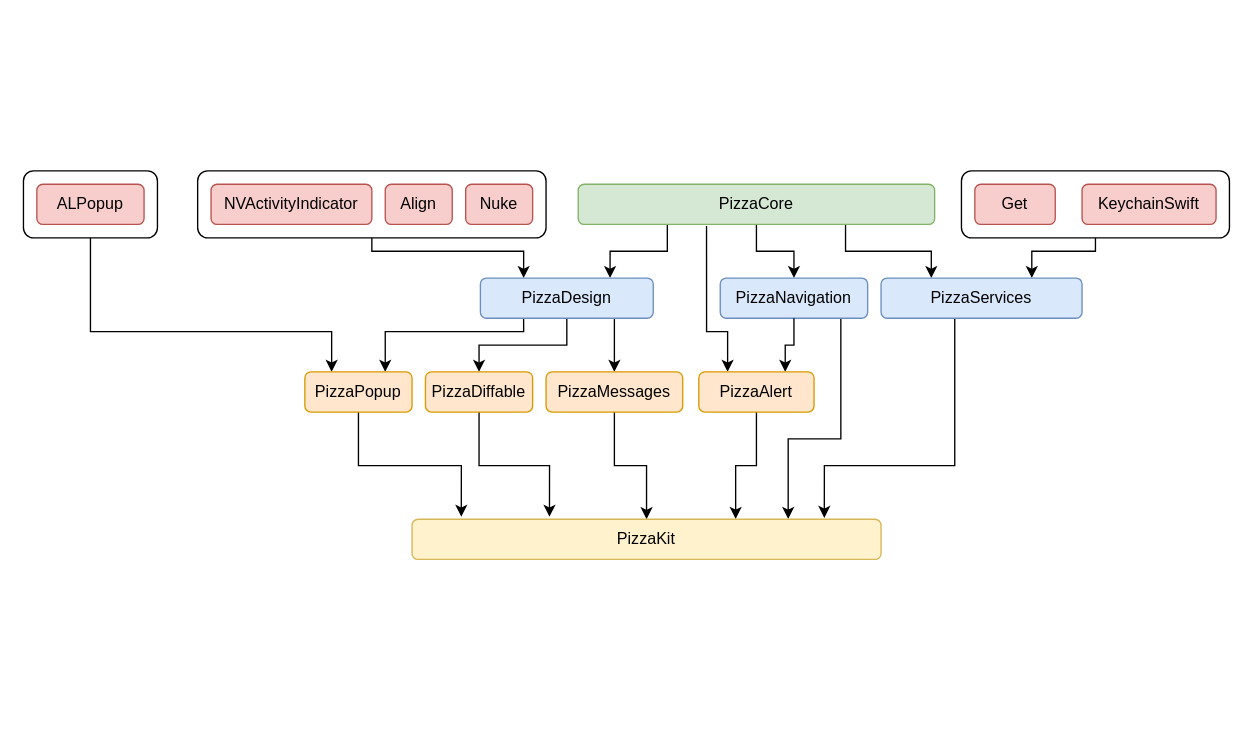
The draw.io diagram Resources/diagram.drawio in PizzaKit/pizzakit, before the edit. Source tidied: cells renumbered, new cells numbered last; positions are measured from the earlier drawing's top-left corner, leaving out a move shared by most shapes. Both pictures are drawn from the tidied source at 134%, with x=0, y=0 at pixel (23, 170).
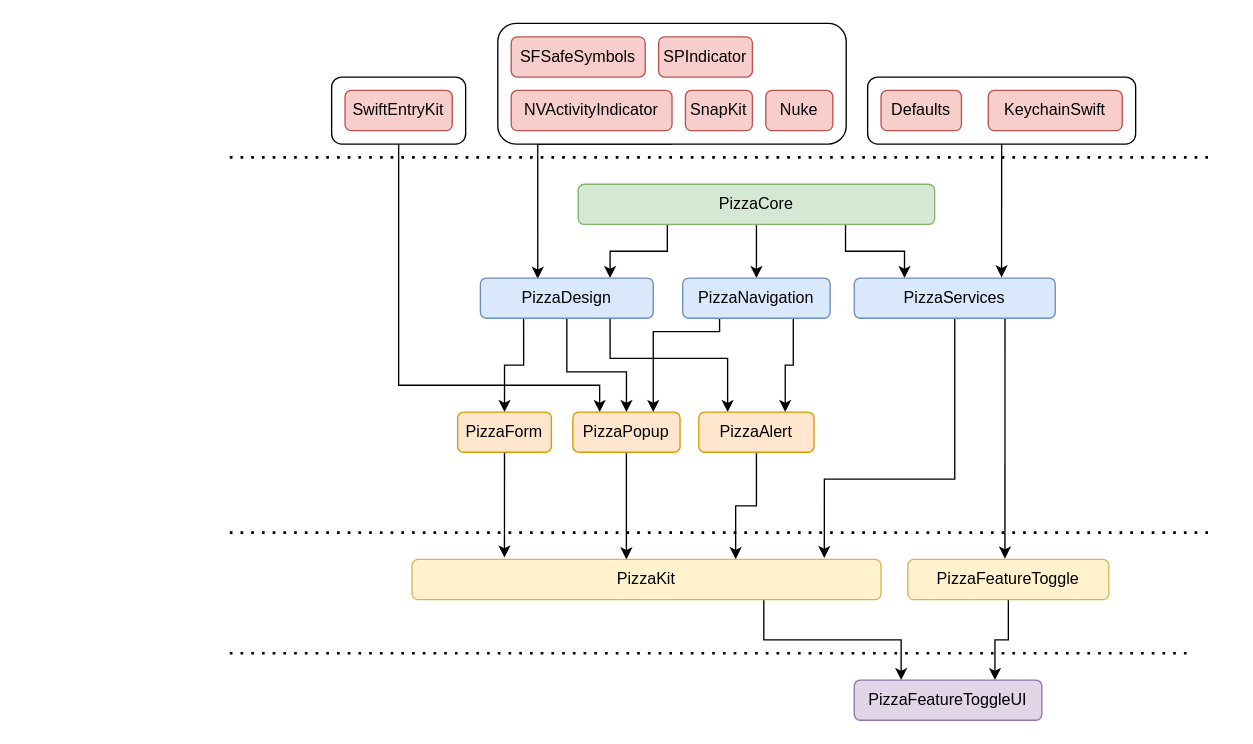
After the change.

The change refers to these unchanged cells:
```xml
<mxCell id="11" value="PizzaCore" style="rounded=1;whiteSpace=wrap;html=1;fillColor=#d5e8d4;strokeColor=#82b366;" parent="1" vertex="1">
  <mxGeometry x="414" y="10" width="266" height="30" as="geometry" />
</mxCell>
<mxCell id="15" value="PizzaDesign" style="rounded=1;whiteSpace=wrap;html=1;fillColor=#dae8fc;strokeColor=#6c8ebf;" parent="1" vertex="1">
  <mxGeometry x="341" y="80" width="129" height="30" as="geometry" />
</mxCell>
```

The edit, as a diff of the source:
```diff
@@
     <mxCell id="2" style="edgeStyle=orthogonalEdgeStyle;rounded=0;jettySize=auto;html=1;entryX=0.25;entryY=0;entryDx=0;entryDy=0;" parent="1" edge="1" source="3" target="32">
       <mxGeometry relative="1" as="geometry">
         <Array as="points">
-          <mxPoint x="50" y="120" />
-          <mxPoint x="230" y="120" />
+          <mxPoint x="280" y="160" />
+          <mxPoint x="430" y="160" />
         </Array>
       </mxGeometry>
     </mxCell>
     <mxCell id="3" style="rounded=1;whiteSpace=wrap;html=1;" parent="1" vertex="1">
-      <mxGeometry width="100" height="50" as="geometry" />
+      <mxGeometry x="230" y="-70" width="100" height="50" as="geometry" />
     </mxCell>
-    <mxCell id="4" style="edgeStyle=orthogonalEdgeStyle;rounded=0;jettySize=auto;html=1;exitX=0.5;exitY=1;exitDx=0;exitDy=0;entryX=0.75;entryY=0;entryDx=0;entryDy=0;" parent="1" edge="1" source="5" target="22">
-      <mxGeometry relative="1" as="geometry">
-        <Array as="points">
-          <mxPoint x="800" y="60" />
-          <mxPoint x="753" y="60" />
-          <mxPoint x="753" y="80" />
-        </Array>
-      </mxGeometry>
+    <mxCell id="4" style="edgeStyle=orthogonalEdgeStyle;rounded=0;jettySize=auto;html=1;exitX=0.5;exitY=1;exitDx=0;exitDy=0;entryX=0.733;entryY=-0.014;entryDx=0;entryDy=0;entryPerimeter=0;" parent="1" edge="1" source="5" target="22">
+      <mxGeometry relative="1" as="geometry" />
     </mxCell>
     <mxCell id="5" style="rounded=1;whiteSpace=wrap;html=1;" parent="1" vertex="1">
-      <mxGeometry x="700" width="200" height="50" as="geometry" />
+      <mxGeometry x="630" y="-70" width="200" height="50" as="geometry" />
     </mxCell>
-    <mxCell id="6" style="edgeStyle=orthogonalEdgeStyle;rounded=0;jettySize=auto;html=1;entryX=0.25;entryY=0;entryDx=0;entryDy=0;" parent="1" edge="1" source="7" target="15">
+    <mxCell id="6" style="edgeStyle=orthogonalEdgeStyle;rounded=0;jettySize=auto;html=1;exitX=0.5;exitY=1;exitDx=0;exitDy=0;entryX=0.332;entryY=0.02;entryDx=0;entryDy=0;entryPerimeter=0;" parent="1" edge="1" source="7" target="15">
       <mxGeometry relative="1" as="geometry">
         <Array as="points">
-          <mxPoint x="260" y="60" />
-          <mxPoint x="373" y="60" />
+          <mxPoint x="384" y="-20" />
         </Array>
       </mxGeometry>
     </mxCell>
     <mxCell id="7" style="rounded=1;whiteSpace=wrap;html=1;" parent="1" vertex="1">
-      <mxGeometry x="130" width="260" height="50" as="geometry" />
+      <mxGeometry x="354" y="-110" width="260" height="90" as="geometry" />
     </mxCell>
@@
-    <mxCell id="12" style="edgeStyle=orthogonalEdgeStyle;rounded=0;jettySize=auto;html=1;exitX=0.75;exitY=1;exitDx=0;exitDy=0;entryX=0.5;entryY=0;entryDx=0;entryDy=0;" parent="1" edge="1" source="15" target="30">
-      <mxGeometry relative="1" as="geometry">
-        <Array as="points">
-          <mxPoint x="441" y="110" />
-        </Array>
-      </mxGeometry>
-    </mxCell>
-    <mxCell id="13" style="edgeStyle=orthogonalEdgeStyle;rounded=0;jettySize=auto;html=1;entryX=0.5;entryY=0;entryDx=0;entryDy=0;" parent="1" edge="1" source="15" target="34">
-      <mxGeometry relative="1" as="geometry" />
-    </mxCell>
+    <mxCell id="37" style="edgeStyle=orthogonalEdgeStyle;rounded=0;jettySize=auto;html=1;exitX=0.25;exitY=1;exitDx=0;exitDy=0;entryX=0.5;entryY=0;entryDx=0;entryDy=0;" parent="1" edge="1" source="15" target="44">
+      <mxGeometry relative="1" as="geometry" />
+    </mxCell>
-    <mxCell id="14" style="edgeStyle=orthogonalEdgeStyle;rounded=0;jettySize=auto;html=1;exitX=0.25;exitY=1;exitDx=0;exitDy=0;entryX=0.75;entryY=0;entryDx=0;entryDy=0;" parent="1" edge="1" source="15" target="32">
+    <mxCell id="14" style="edgeStyle=orthogonalEdgeStyle;rounded=0;jettySize=auto;html=1;exitX=0.5;exitY=1;exitDx=0;exitDy=0;entryX=0.5;entryY=0;entryDx=0;entryDy=0;" parent="1" edge="1" source="15" target="32">
       <mxGeometry relative="1" as="geometry">
         <Array as="points">
-          <mxPoint x="373" y="120" />
-          <mxPoint x="270" y="120" />
+          <mxPoint x="406" y="150" />
+          <mxPoint x="450" y="150" />
         </Array>
       </mxGeometry>
     </mxCell>
+    <mxCell id="38" style="edgeStyle=orthogonalEdgeStyle;rounded=0;jettySize=auto;html=1;exitX=0.75;exitY=1;exitDx=0;exitDy=0;entryX=0.25;entryY=0;entryDx=0;entryDy=0;" parent="1" edge="1" source="15" target="28">
+      <mxGeometry relative="1" as="geometry">
+        <Array as="points">
+          <mxPoint x="438" y="140" />
+          <mxPoint x="526" y="140" />
+        </Array>
+      </mxGeometry>
+    </mxCell>
@@
     <mxCell id="16" value="NVActivityIndicator" style="rounded=1;whiteSpace=wrap;html=1;fillColor=#f8cecc;strokeColor=#b85450;" parent="1" vertex="1">
-      <mxGeometry x="140" y="10" width="120" height="30" as="geometry" />
+      <mxGeometry x="364" y="-60" width="120" height="30" as="geometry" />
     </mxCell>
-    <mxCell id="17" value="Align" style="rounded=1;whiteSpace=wrap;html=1;fillColor=#f8cecc;strokeColor=#b85450;" parent="1" vertex="1">
-      <mxGeometry x="270" y="10" width="50" height="30" as="geometry" />
+    <mxCell id="17" value="SnapKit" style="rounded=1;whiteSpace=wrap;html=1;fillColor=#f8cecc;strokeColor=#b85450;" parent="1" vertex="1">
+      <mxGeometry x="494" y="-60" width="50" height="30" as="geometry" />
     </mxCell>
     <mxCell id="18" value="Nuke" style="rounded=1;whiteSpace=wrap;html=1;fillColor=#f8cecc;strokeColor=#b85450;" parent="1" vertex="1">
-      <mxGeometry x="330" y="10" width="50" height="30" as="geometry" />
+      <mxGeometry x="554" y="-60" width="50" height="30" as="geometry" />
     </mxCell>
-    <mxCell id="19" style="edgeStyle=orthogonalEdgeStyle;rounded=0;jettySize=auto;html=1;entryX=0.802;entryY=-0.006;entryDx=0;entryDy=0;entryPerimeter=0;" parent="1" edge="1" source="20" target="36">
-      <mxGeometry relative="1" as="geometry">
-        <Array as="points">
-          <mxPoint x="610" y="200" />
-          <mxPoint x="570" y="200" />
-          <mxPoint x="570" y="260" />
-        </Array>
-      </mxGeometry>
-    </mxCell>
+    <mxCell id="39" style="edgeStyle=orthogonalEdgeStyle;rounded=0;jettySize=auto;html=1;exitX=0.75;exitY=1;exitDx=0;exitDy=0;entryX=0.75;entryY=0;entryDx=0;entryDy=0;" parent="1" edge="1" source="20" target="28">
+      <mxGeometry relative="1" as="geometry" />
+    </mxCell>
+    <mxCell id="40" style="edgeStyle=orthogonalEdgeStyle;rounded=0;jettySize=auto;html=1;exitX=0.25;exitY=1;exitDx=0;exitDy=0;entryX=0.75;entryY=0;entryDx=0;entryDy=0;" parent="1" edge="1" source="20" target="32">
+      <mxGeometry relative="1" as="geometry">
+        <Array as="points">
+          <mxPoint x="520" y="120" />
+          <mxPoint x="470" y="120" />
+        </Array>
+      </mxGeometry>
+    </mxCell>
     <mxCell id="20" value="PizzaNavigation" style="rounded=1;whiteSpace=wrap;html=1;fillColor=#dae8fc;strokeColor=#6c8ebf;" parent="1" vertex="1">
-      <mxGeometry x="520" y="80" width="110" height="30" as="geometry" />
+      <mxGeometry x="492" y="80" width="110" height="30" as="geometry" />
     </mxCell>
     <mxCell id="21" style="edgeStyle=orthogonalEdgeStyle;rounded=0;jettySize=auto;html=1;entryX=0.879;entryY=-0.033;entryDx=0;entryDy=0;entryPerimeter=0;" parent="1" edge="1" source="22" target="36">
       <mxGeometry relative="1" as="geometry">
         <Array as="points">
-          <mxPoint x="695" y="220" />
-          <mxPoint x="598" y="220" />
+          <mxPoint x="695" y="230" />
+          <mxPoint x="598" y="230" />
         </Array>
       </mxGeometry>
     </mxCell>
+    <mxCell id="41" style="edgeStyle=orthogonalEdgeStyle;rounded=0;jettySize=auto;html=1;exitX=0.75;exitY=1;exitDx=0;exitDy=0;entryX=0.483;entryY=-0.02;entryDx=0;entryDy=0;entryPerimeter=0;" parent="1" edge="1" source="22" target="46">
+      <mxGeometry relative="1" as="geometry" />
+    </mxCell>
     <mxCell id="22" value="PizzaServices" style="rounded=1;whiteSpace=wrap;html=1;fillColor=#dae8fc;strokeColor=#6c8ebf;" parent="1" vertex="1">
-      <mxGeometry x="640" y="80" width="150" height="30" as="geometry" />
+      <mxGeometry x="620" y="80" width="150" height="30" as="geometry" />
     </mxCell>
-    <mxCell id="23" value="Get" style="rounded=1;whiteSpace=wrap;html=1;fillColor=#f8cecc;strokeColor=#b85450;" parent="1" vertex="1">
-      <mxGeometry x="710" y="10" width="60" height="30" as="geometry" />
+    <mxCell id="23" value="Defaults" style="rounded=1;whiteSpace=wrap;html=1;fillColor=#f8cecc;strokeColor=#b85450;" parent="1" vertex="1">
+      <mxGeometry x="640" y="-60" width="60" height="30" as="geometry" />
     </mxCell>
     <mxCell id="24" value="KeychainSwift" style="rounded=1;whiteSpace=wrap;html=1;fillColor=#f8cecc;strokeColor=#b85450;" parent="1" vertex="1">
-      <mxGeometry x="790" y="10" width="100" height="30" as="geometry" />
+      <mxGeometry x="720" y="-60" width="100" height="30" as="geometry" />
     </mxCell>
@@
-    <mxCell id="26" style="edgeStyle=orthogonalEdgeStyle;rounded=0;jettySize=auto;html=1;exitX=0.25;exitY=0;exitDx=0;exitDy=0;entryX=0.36;entryY=1.04;entryDx=0;entryDy=0;entryPerimeter=0;startArrow=classic;startFill=1;endArrow=none;endFill=0;" parent="1" edge="1" source="28" target="11">
-      <mxGeometry relative="1" as="geometry">
-        <Array as="points">
-          <mxPoint x="526" y="120" />
-          <mxPoint x="510" y="120" />
-        </Array>
-      </mxGeometry>
-    </mxCell>
-    <mxCell id="27" style="edgeStyle=orthogonalEdgeStyle;rounded=0;jettySize=auto;html=1;exitX=0.75;exitY=0;exitDx=0;exitDy=0;entryX=0.5;entryY=1;entryDx=0;entryDy=0;startArrow=classic;startFill=1;endArrow=none;endFill=0;" parent="1" edge="1" source="28" target="20">
-      <mxGeometry relative="1" as="geometry">
-        <Array as="points">
-          <mxPoint x="569" y="130" />
-          <mxPoint x="575" y="130" />
-        </Array>
-      </mxGeometry>
-    </mxCell>
     <mxCell id="28" value="PizzaAlert" style="rounded=1;whiteSpace=wrap;html=1;fillColor=#ffe6cc;strokeColor=#d79b00;" parent="1" vertex="1">
-      <mxGeometry x="504" y="150" width="86" height="30" as="geometry" />
+      <mxGeometry x="504" y="180" width="86" height="30" as="geometry" />
     </mxCell>
-    <mxCell id="29" style="edgeStyle=orthogonalEdgeStyle;rounded=0;jettySize=auto;html=1;entryX=0.5;entryY=0;entryDx=0;entryDy=0;" parent="1" edge="1" source="30" target="36">
-      <mxGeometry relative="1" as="geometry" />
-    </mxCell>
-    <mxCell id="30" value="PizzaMessages" style="rounded=1;whiteSpace=wrap;html=1;fillColor=#ffe6cc;strokeColor=#d79b00;" parent="1" vertex="1">
-      <mxGeometry x="390" y="150" width="102" height="30" as="geometry" />
-    </mxCell>
-    <mxCell id="31" style="edgeStyle=orthogonalEdgeStyle;rounded=0;jettySize=auto;html=1;exitX=0.5;exitY=1;exitDx=0;exitDy=0;entryX=0.105;entryY=-0.061;entryDx=0;entryDy=0;entryPerimeter=0;" parent="1" edge="1" source="32" target="36">
+    <mxCell id="31" style="edgeStyle=orthogonalEdgeStyle;rounded=0;jettySize=auto;html=1;entryX=0.457;entryY=-0.001;entryDx=0;entryDy=0;entryPerimeter=0;" parent="1" edge="1" source="32" target="36">
       <mxGeometry relative="1" as="geometry" />
     </mxCell>
     <mxCell id="32" value="PizzaPopup" style="rounded=1;whiteSpace=wrap;html=1;fillColor=#ffe6cc;strokeColor=#d79b00;" parent="1" vertex="1">
-      <mxGeometry x="210" y="150" width="80" height="30" as="geometry" />
+      <mxGeometry x="410" y="180" width="80" height="30" as="geometry" />
     </mxCell>
-    <mxCell id="33" style="edgeStyle=orthogonalEdgeStyle;rounded=0;jettySize=auto;html=1;entryX=0.293;entryY=-0.061;entryDx=0;entryDy=0;entryPerimeter=0;" parent="1" edge="1" source="34" target="36">
-      <mxGeometry relative="1" as="geometry" />
-    </mxCell>
-    <mxCell id="34" value="PizzaDiffable" style="rounded=1;whiteSpace=wrap;html=1;fillColor=#ffe6cc;strokeColor=#d79b00;" parent="1" vertex="1">
-      <mxGeometry x="300" y="150" width="80" height="30" as="geometry" />
-    </mxCell>
-    <mxCell id="35" value="ALPopup" style="rounded=1;whiteSpace=wrap;html=1;fillColor=#f8cecc;strokeColor=#b85450;" parent="1" vertex="1">
-      <mxGeometry x="10" y="10" width="80" height="30" as="geometry" />
+    <mxCell id="35" value="SwiftEntryKit" style="rounded=1;whiteSpace=wrap;html=1;fillColor=#f8cecc;strokeColor=#b85450;" parent="1" vertex="1">
+      <mxGeometry x="240" y="-60" width="80" height="30" as="geometry" />
     </mxCell>
+    <mxCell id="42" style="edgeStyle=orthogonalEdgeStyle;rounded=0;jettySize=auto;html=1;exitX=0.75;exitY=1;exitDx=0;exitDy=0;entryX=0.25;entryY=0;entryDx=0;entryDy=0;" parent="1" edge="1" source="36" target="47">
+      <mxGeometry relative="1" as="geometry" />
+    </mxCell>
     <mxCell id="36" value="PizzaKit" style="rounded=1;whiteSpace=wrap;html=1;fillColor=#fff2cc;strokeColor=#d6b656;" parent="1" vertex="1">
-      <mxGeometry x="290" y="260" width="350" height="30" as="geometry" />
+      <mxGeometry x="290" y="290" width="350" height="30" as="geometry" />
     </mxCell>
+    <mxCell id="43" style="edgeStyle=orthogonalEdgeStyle;rounded=0;jettySize=auto;html=1;exitX=0.5;exitY=1;exitDx=0;exitDy=0;entryX=0.197;entryY=-0.047;entryDx=0;entryDy=0;entryPerimeter=0;" parent="1" edge="1" source="44" target="36">
+      <mxGeometry relative="1" as="geometry" />
+    </mxCell>
+    <mxCell id="44" value="PizzaForm" style="rounded=1;whiteSpace=wrap;html=1;fillColor=#ffe6cc;strokeColor=#d79b00;" parent="1" vertex="1">
+      <mxGeometry x="324" y="180" width="70" height="30" as="geometry" />
+    </mxCell>
+    <mxCell id="45" style="edgeStyle=orthogonalEdgeStyle;rounded=0;jettySize=auto;html=1;entryX=0.75;entryY=0;entryDx=0;entryDy=0;" parent="1" edge="1" source="46" target="47">
+      <mxGeometry relative="1" as="geometry" />
+    </mxCell>
+    <mxCell id="46" value="PizzaFeatureToggle" style="rounded=1;whiteSpace=wrap;html=1;fillColor=#fff2cc;strokeColor=#d6b656;" parent="1" vertex="1">
+      <mxGeometry x="660" y="290" width="150" height="30" as="geometry" />
+    </mxCell>
+    <mxCell id="47" value="PizzaFeatureToggleUI" style="rounded=1;whiteSpace=wrap;html=1;fillColor=#e1d5e7;strokeColor=#9673a6;" parent="1" vertex="1">
+      <mxGeometry x="620" y="380" width="140" height="30" as="geometry" />
+    </mxCell>
+    <mxCell id="48" value="SFSafeSymbols" style="rounded=1;whiteSpace=wrap;html=1;fillColor=#f8cecc;strokeColor=#b85450;" parent="1" vertex="1">
+      <mxGeometry x="364" y="-100" width="100" height="30" as="geometry" />
+    </mxCell>
+    <mxCell id="49" value="SPIndicator" style="rounded=1;whiteSpace=wrap;html=1;fillColor=#f8cecc;strokeColor=#b85450;" parent="1" vertex="1">
+      <mxGeometry x="474" y="-100" width="70" height="30" as="geometry" />
+    </mxCell>
+    <mxCell id="50" style="endArrow=none;dashed=1;html=1;dashPattern=1 3;strokeWidth=2;rounded=0;" parent="1" edge="1">
+      <mxGeometry relative="1" as="geometry">
+        <mxPoint x="154" y="-10" as="sourcePoint" />
+        <mxPoint x="884" y="-10" as="targetPoint" />
+      </mxGeometry>
+    </mxCell>
+    <mxCell id="51" style="endArrow=none;dashed=1;html=1;dashPattern=1 3;strokeWidth=2;rounded=0;" parent="1" edge="1">
+      <mxGeometry relative="1" as="geometry">
+        <mxPoint x="154" y="270" as="sourcePoint" />
+        <mxPoint x="884" y="270" as="targetPoint" />
+      </mxGeometry>
+    </mxCell>
+    <mxCell id="52" style="endArrow=none;dashed=1;html=1;dashPattern=1 3;strokeWidth=2;rounded=0;" parent="1" edge="1">
+      <mxGeometry relative="1" as="geometry">
+        <mxPoint x="154" y="360" as="sourcePoint" />
+        <mxPoint x="874" y="360" as="targetPoint" />
+      </mxGeometry>
+    </mxCell>
```
